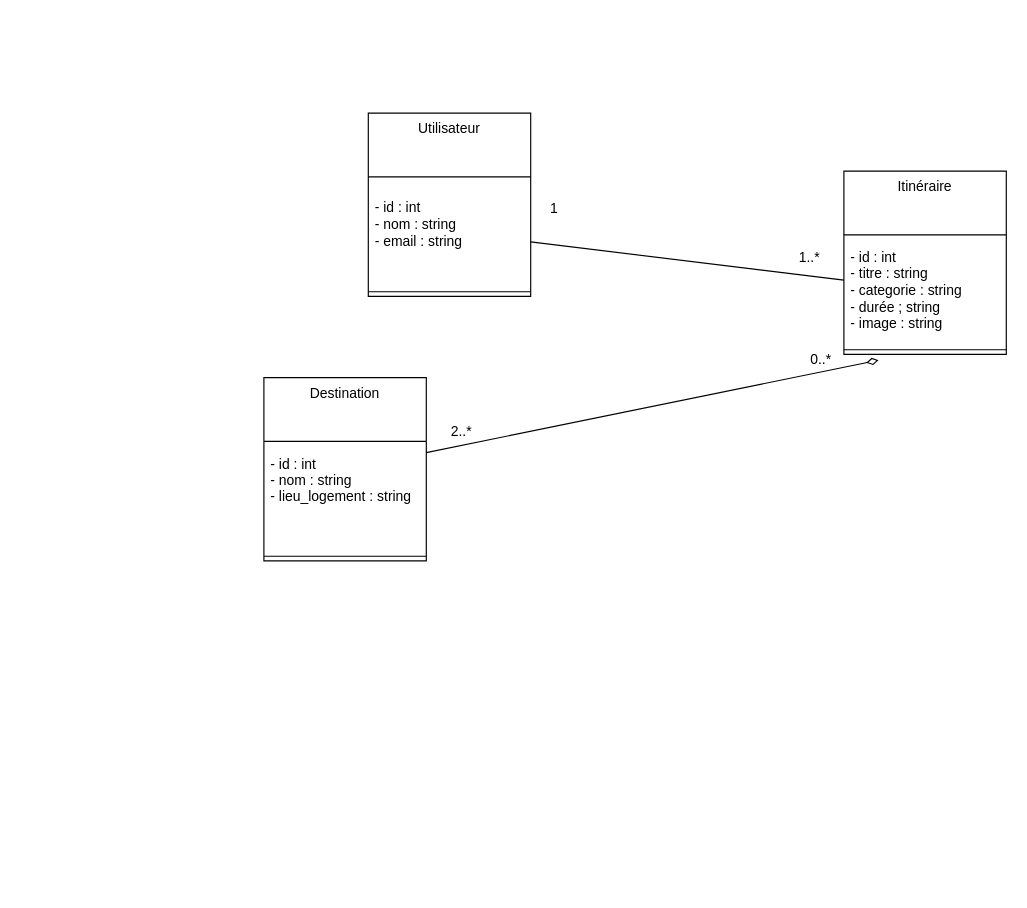
Above: UML/classDiagram.drawio in mo24ali/MarocExplore (draw.io), before the change. Source tidied: cells renumbered, new cells numbered last; positions are measured from the earlier drawing's top-left corner, leaving out a move shared by most shapes. Both pictures are drawn from the tidied source at 116%, with x=0, y=0 at pixel (263, 113).
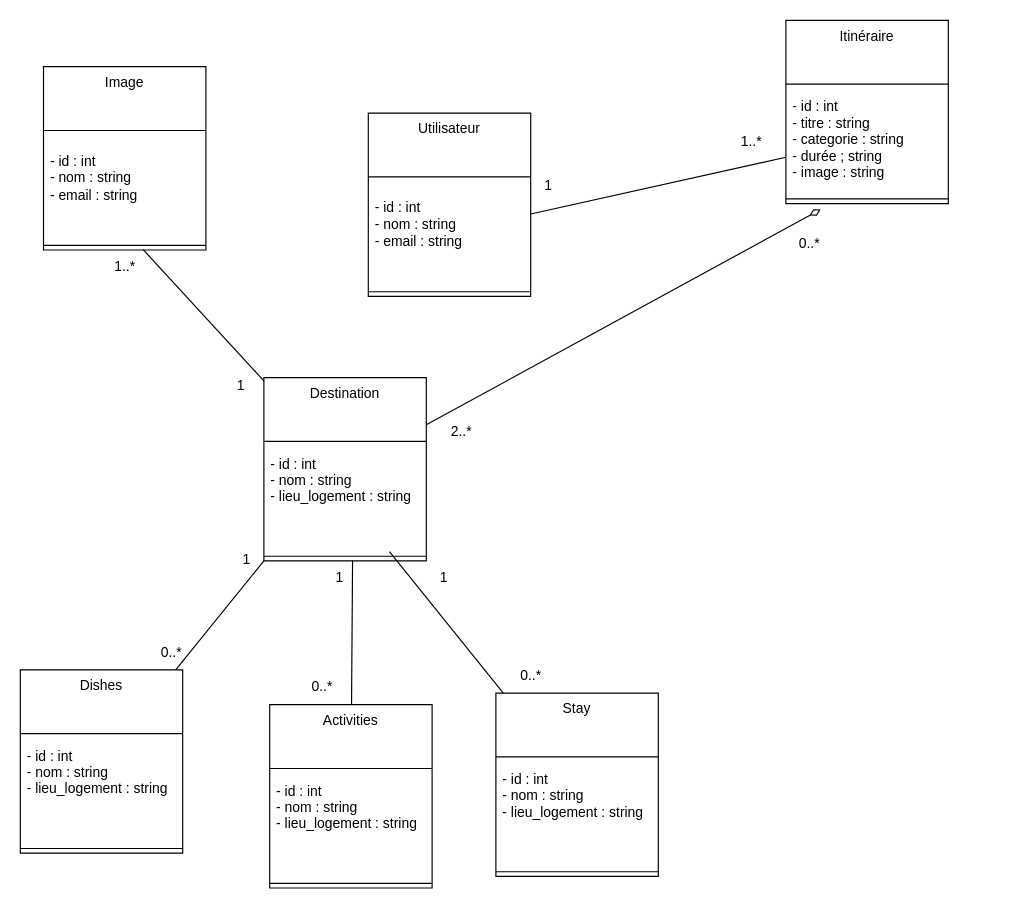
Above is the later version.

Unchanged cells that the change refers to:
```xml
<mxCell id="8" value="Destination" style="swimlane;fontStyle=0;align=center;verticalAlign=top;horizontal=1;startSize=55;html=1;whiteSpace=wrap;" parent="1" vertex="1">
  <mxGeometry y="228" width="140" height="158" as="geometry" />
</mxCell>
<mxCell id="9" value="- id : int&lt;div&gt;- nom : string&lt;/div&gt;&lt;div&gt;- lieu_logement : string&lt;/div&gt;&lt;div&gt;&lt;br&gt;&lt;/div&gt;&lt;div&gt;&lt;br&gt;&lt;/div&gt;" style="text;html=1;strokeColor=none;fillColor=none;align=left;verticalAlign=middle;spacingLeft=4;spacingRight=4;overflow=hidden;points=[[0,0.5],[1,0.5]];portConstraint=eastwest;whiteSpace=wrap;" parent="8" vertex="1">
  <mxGeometry y="55" width="140" height="95" as="geometry" />
</mxCell>
<mxCell id="10" style="line;strokeWidth=1;fillColor=none;align=left;verticalAlign=middle;spacingTop=-1;spacingLeft=3;spacingRight=3;labelPosition=right;points=[];portConstraint=eastwest;" parent="8" vertex="1">
  <mxGeometry y="150" width="140" height="8" as="geometry" />
</mxCell>
```

Change to the diagram source:
```diff
@@
     <mxCell id="5" value="Itinéraire" style="swimlane;fontStyle=0;align=center;verticalAlign=top;horizontal=1;startSize=55;html=1;whiteSpace=wrap;" parent="1" vertex="1">
-      <mxGeometry x="500" y="50" width="140" height="158" as="geometry" />
+      <mxGeometry x="450" y="-80" width="140" height="158" as="geometry" />
     </mxCell>
@@
     <mxCell id="14" value="0..*" style="text;html=1;align=center;verticalAlign=middle;strokeColor=none;fillColor=none;" parent="1" vertex="1">
-      <mxGeometry x="460" y="198" width="40" height="30" as="geometry" />
+      <mxGeometry x="450" y="98" width="40" height="30" as="geometry" />
     </mxCell>
     <mxCell id="15" value="1..*" style="text;html=1;align=center;verticalAlign=middle;strokeColor=none;fillColor=none;" parent="1" vertex="1">
-      <mxGeometry x="450" y="110" width="40" height="30" as="geometry" />
+      <mxGeometry x="400" y="10" width="40" height="30" as="geometry" />
     </mxCell>
     <mxCell id="16" value="1" style="text;html=1;align=center;verticalAlign=middle;strokeColor=none;fillColor=none;" parent="1" vertex="1">
-      <mxGeometry x="235" y="68" width="30" height="30" as="geometry" />
+      <mxGeometry x="230" y="48" width="30" height="30" as="geometry" />
     </mxCell>
+    <mxCell id="17" value="Stay" style="swimlane;fontStyle=0;align=center;verticalAlign=top;horizontal=1;startSize=55;html=1;whiteSpace=wrap;" parent="1" vertex="1">
+      <mxGeometry x="200" y="500" width="140" height="158" as="geometry" />
+    </mxCell>
+    <mxCell id="18" value="- id : int&lt;div&gt;- nom : string&lt;/div&gt;&lt;div&gt;- lieu_logement : string&lt;/div&gt;&lt;div&gt;&lt;br&gt;&lt;/div&gt;&lt;div&gt;&lt;br&gt;&lt;/div&gt;" style="text;html=1;strokeColor=none;fillColor=none;align=left;verticalAlign=middle;spacingLeft=4;spacingRight=4;overflow=hidden;whiteSpace=wrap;" parent="17" vertex="1">
+      <mxGeometry y="55" width="140" height="95" as="geometry" />
+    </mxCell>
+    <mxCell id="19" style="line;strokeWidth=1;fillColor=none;align=left;verticalAlign=middle;spacingTop=-1;spacingLeft=3;spacingRight=3;labelPosition=right;" parent="17" vertex="1">
+      <mxGeometry y="150" width="140" height="8" as="geometry" />
+    </mxCell>
+    <mxCell id="20" value="Dishes" style="swimlane;fontStyle=0;align=center;verticalAlign=top;horizontal=1;startSize=55;html=1;whiteSpace=wrap;" parent="1" vertex="1">
+      <mxGeometry x="-210" y="480" width="140" height="158" as="geometry" />
+    </mxCell>
+    <mxCell id="21" value="- id : int&lt;div&gt;- nom : string&lt;/div&gt;&lt;div&gt;- lieu_logement : string&lt;/div&gt;&lt;div&gt;&lt;br&gt;&lt;/div&gt;&lt;div&gt;&lt;br&gt;&lt;/div&gt;" style="text;html=1;strokeColor=none;fillColor=none;align=left;verticalAlign=middle;spacingLeft=4;spacingRight=4;overflow=hidden;whiteSpace=wrap;" parent="20" vertex="1">
+      <mxGeometry y="55" width="140" height="95" as="geometry" />
+    </mxCell>
+    <mxCell id="22" style="line;strokeWidth=1;fillColor=none;align=left;verticalAlign=middle;spacingTop=-1;spacingLeft=3;spacingRight=3;labelPosition=right;" parent="20" vertex="1">
+      <mxGeometry y="150" width="140" height="8" as="geometry" />
+    </mxCell>
+    <mxCell id="23" value="Activities" style="swimlane;fontStyle=0;align=center;verticalAlign=top;horizontal=1;startSize=55;html=1;whiteSpace=wrap;" parent="1" vertex="1">
+      <mxGeometry x="5" y="510" width="140" height="158" as="geometry" />
+    </mxCell>
+    <mxCell id="24" value="- id : int&lt;div&gt;- nom : string&lt;/div&gt;&lt;div&gt;- lieu_logement : string&lt;/div&gt;&lt;div&gt;&lt;br&gt;&lt;/div&gt;&lt;div&gt;&lt;br&gt;&lt;/div&gt;" style="text;html=1;strokeColor=none;fillColor=none;align=left;verticalAlign=middle;spacingLeft=4;spacingRight=4;overflow=hidden;whiteSpace=wrap;" parent="23" vertex="1">
+      <mxGeometry y="55" width="140" height="95" as="geometry" />
+    </mxCell>
+    <mxCell id="25" style="line;strokeWidth=1;fillColor=none;align=left;verticalAlign=middle;spacingTop=-1;spacingLeft=3;spacingRight=3;labelPosition=right;" parent="23" vertex="1">
+      <mxGeometry y="150" width="140" height="8" as="geometry" />
+    </mxCell>
+    <mxCell id="26" style="edgeStyle=none;html=1;endArrow=none;verticalAlign=bottom;exitX=0;exitY=1;exitDx=0;exitDy=0;" parent="1" edge="1" source="8" target="20">
+      <mxGeometry relative="1" as="geometry" />
+    </mxCell>
+    <mxCell id="27" style="edgeStyle=none;html=1;endArrow=none;verticalAlign=bottom;exitX=0.546;exitY=0.961;exitDx=0;exitDy=0;exitPerimeter=0;" parent="1" edge="1" source="10" target="23">
+      <mxGeometry relative="1" as="geometry" />
+    </mxCell>
+    <mxCell id="28" style="edgeStyle=none;html=1;endArrow=none;verticalAlign=bottom;" parent="1" edge="1" source="9" target="17">
+      <mxGeometry relative="1" as="geometry" />
+    </mxCell>
+    <mxCell id="29" value="0..*" style="text;html=1;align=center;verticalAlign=middle;strokeColor=none;fillColor=none;" parent="1" vertex="1">
+      <mxGeometry x="-100" y="450" width="40" height="30" as="geometry" />
+    </mxCell>
+    <mxCell id="30" value="1" style="text;html=1;align=center;verticalAlign=middle;strokeColor=none;fillColor=none;" parent="1" vertex="1">
+      <mxGeometry x="-30" y="370" width="30" height="30" as="geometry" />
+    </mxCell>
+    <mxCell id="31" value="1" style="text;html=1;align=center;verticalAlign=middle;strokeColor=none;fillColor=none;" parent="1" vertex="1">
+      <mxGeometry x="50" y="386" width="30" height="30" as="geometry" />
+    </mxCell>
+    <mxCell id="32" value="1" style="text;html=1;align=center;verticalAlign=middle;strokeColor=none;fillColor=none;" parent="1" vertex="1">
+      <mxGeometry x="140" y="386" width="30" height="30" as="geometry" />
+    </mxCell>
+    <mxCell id="33" value="0..*" style="text;html=1;align=center;verticalAlign=middle;strokeColor=none;fillColor=none;" parent="1" vertex="1">
+      <mxGeometry x="30" y="480" width="40" height="30" as="geometry" />
+    </mxCell>
+    <mxCell id="34" value="0..*" style="text;html=1;align=center;verticalAlign=middle;strokeColor=none;fillColor=none;" parent="1" vertex="1">
+      <mxGeometry x="210" y="470" width="40" height="30" as="geometry" />
+    </mxCell>
+    <mxCell id="35" value="Image" style="swimlane;fontStyle=0;align=center;verticalAlign=top;horizontal=1;startSize=55;html=1;whiteSpace=wrap;" parent="1" vertex="1">
+      <mxGeometry x="-190" y="-40" width="140" height="158" as="geometry" />
+    </mxCell>
+    <mxCell id="36" value="- id : int&lt;div&gt;- nom : string&lt;/div&gt;&lt;div&gt;- email : string&lt;/div&gt;&lt;div&gt;&lt;br&gt;&lt;/div&gt;" style="text;html=1;strokeColor=none;fillColor=none;align=left;verticalAlign=middle;spacingLeft=4;spacingRight=4;overflow=hidden;whiteSpace=wrap;" parent="35" vertex="1">
+      <mxGeometry y="55" width="140" height="95" as="geometry" />
+    </mxCell>
+    <mxCell id="37" style="line;strokeWidth=1;fillColor=none;align=left;verticalAlign=middle;spacingTop=-1;spacingLeft=3;spacingRight=3;labelPosition=right;points=[];portConstraint=eastwest;" parent="35" vertex="1">
+      <mxGeometry y="150" width="140" height="8" as="geometry" />
+    </mxCell>
+    <mxCell id="38" style="edgeStyle=none;html=1;endArrow=none;verticalAlign=bottom;exitX=0.614;exitY=0.967;exitDx=0;exitDy=0;exitPerimeter=0;" parent="1" edge="1" source="37" target="8">
+      <mxGeometry relative="1" as="geometry" />
+    </mxCell>
+    <mxCell id="39" value="1..*" style="text;html=1;align=center;verticalAlign=middle;strokeColor=none;fillColor=none;" parent="1" vertex="1">
+      <mxGeometry x="-140" y="118" width="40" height="30" as="geometry" />
+    </mxCell>
+    <mxCell id="40" value="1" style="text;html=1;align=center;verticalAlign=middle;strokeColor=none;fillColor=none;" parent="1" vertex="1">
+      <mxGeometry x="-35" y="220" width="30" height="30" as="geometry" />
+    </mxCell>
```
